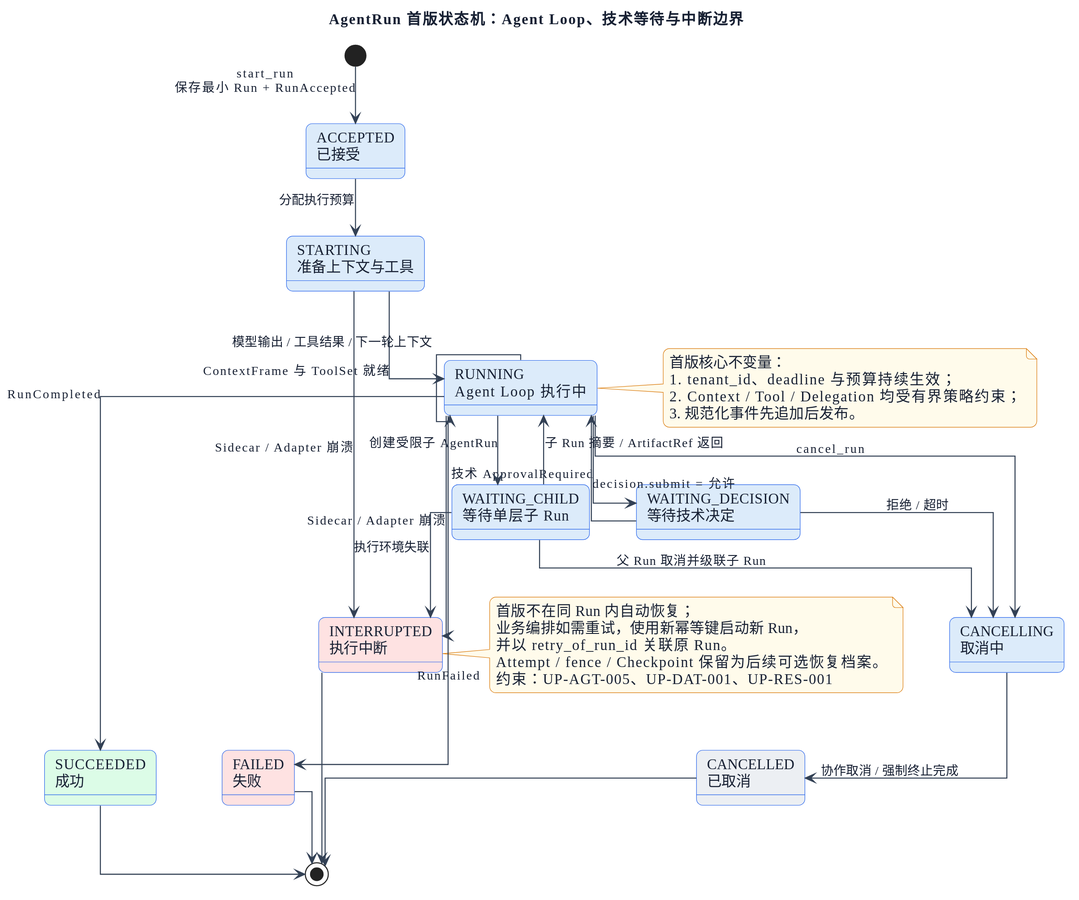
The PlantUML diagram packages/lawclaw-agent-kernel/docs/design/diagrams/rendered/04-run-state-machine.svg in OscarChang46/pi, before a commit.
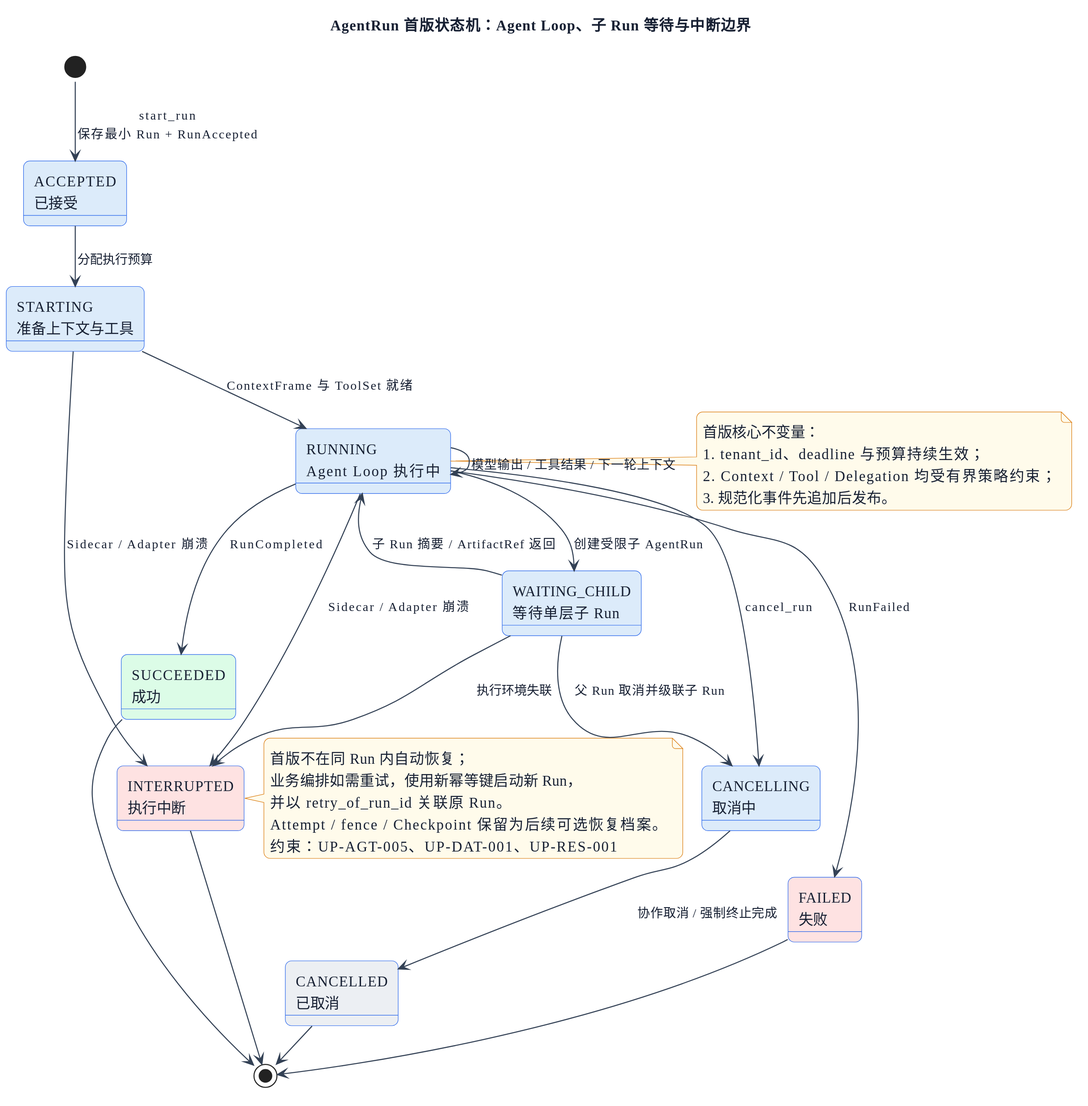
Above is the later version.

What changed in the source:
```diff
@@ -1,11 +1,10 @@
 @startuml
 !include theme.puml
-title AgentRun 首版状态机：Agent Loop、技术等待与中断边界
+title AgentRun 首版状态机：Agent Loop、子 Run 等待与中断边界
 
 state ACCEPTED as "ACCEPTED\n已接受"
 state STARTING as "STARTING\n准备上下文与工具"
 state RUNNING as "RUNNING\nAgent Loop 执行中"
-state WAITING_DECISION as "WAITING_DECISION\n等待技术决定"
 state WAITING_CHILD as "WAITING_CHILD\n等待单层子 Run"
 state CANCELLING as "CANCELLING\n取消中"
 state SUCCEEDED as "SUCCEEDED\n成功" LC_SUCCESS
@@ -17,9 +16,6 @@
 ACCEPTED --> STARTING : 分配执行预算
 STARTING --> RUNNING : ContextFrame 与 ToolSet 就绪
 RUNNING --> RUNNING : 模型输出 / 工具结果 / 下一轮上下文
-RUNNING --> WAITING_DECISION : 技术 ApprovalRequired
-WAITING_DECISION --> RUNNING : decision.submit = 允许
-WAITING_DECISION --> CANCELLING : 拒绝 / 超时
 RUNNING --> WAITING_CHILD : 创建受限子 AgentRun
 WAITING_CHILD --> RUNNING : 子 Run 摘要 / ArtifactRef 返回
 RUNNING --> CANCELLING : cancel_run
```
